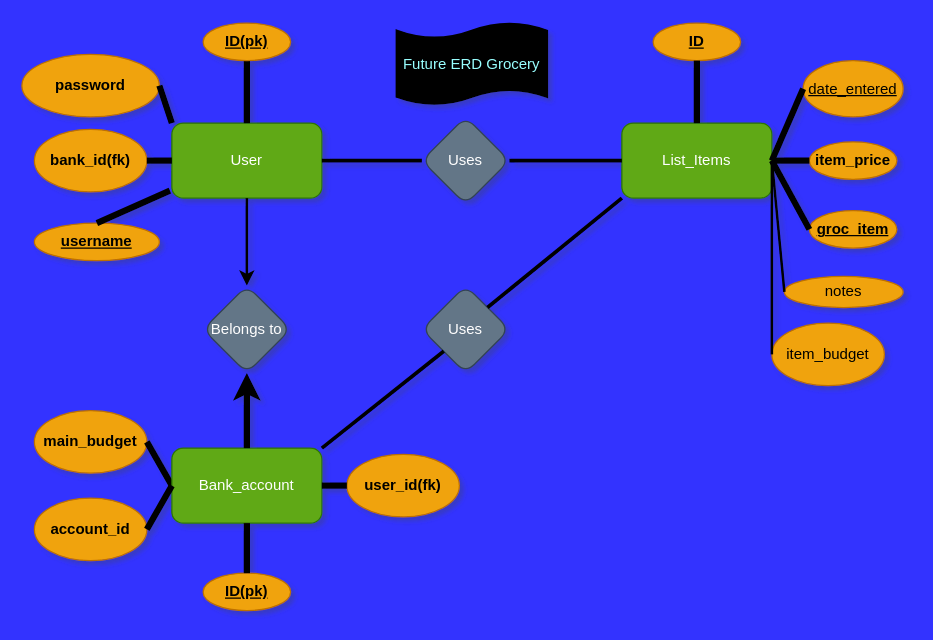
This is ERD/grocery.drawio from PGA-dev/grocery, a draw.io file, before an edit. Source tidied: cells renumbered, new cells numbered last; positions are measured from the earlier drawing's top-left corner, leaving out a move shared by most shapes. Both pictures are drawn from the tidied source at 125%, with x=0, y=0 at pixel (21, 22).
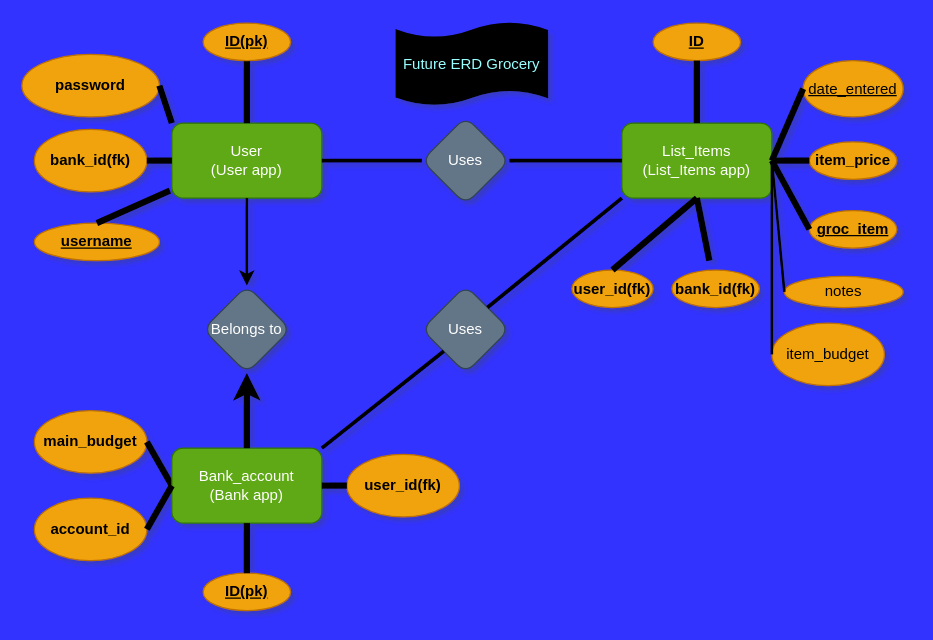
After the change.

The edit, as a diff of the source:
```diff
@@
-    <mxCell id="2" value="List_Items" style="rounded=1;whiteSpace=wrap;html=1;fillColor=#60a917;fontColor=#ffffff;strokeColor=#2D7600;snapToPoint=1;" parent="1" vertex="1">
+    <mxCell id="2" value="List_Items&lt;br&gt;(List_Items app)" style="rounded=1;whiteSpace=wrap;html=1;fillColor=#60a917;fontColor=#ffffff;strokeColor=#2D7600;snapToPoint=1;" parent="1" vertex="1">
       <mxGeometry x="480" y="80" width="120" height="60" as="geometry" />
     </mxCell>
-    <mxCell id="3" value="User" style="rounded=1;whiteSpace=wrap;html=1;fillColor=#60a917;fontColor=#ffffff;strokeColor=#2D7600;" parent="1" vertex="1">
+    <mxCell id="3" value="User&lt;br&gt;(User app)" style="rounded=1;whiteSpace=wrap;html=1;fillColor=#60a917;fontColor=#ffffff;strokeColor=#2D7600;" parent="1" vertex="1">
       <mxGeometry x="120" y="80" width="120" height="60" as="geometry" />
     </mxCell>
@@
-    <mxCell id="27" value="Bank_account" style="rounded=1;whiteSpace=wrap;html=1;fillColor=#60a917;fontColor=#ffffff;strokeColor=#2D7600;" parent="1" vertex="1">
+    <mxCell id="27" value="Bank_account&lt;br&gt;(Bank app)" style="rounded=1;whiteSpace=wrap;html=1;fillColor=#60a917;fontColor=#ffffff;strokeColor=#2D7600;" parent="1" vertex="1">
       <mxGeometry x="120" y="340" width="120" height="60" as="geometry" />
     </mxCell>
@@
+    <mxCell id="43" value="&lt;b&gt;user_id(fk)&lt;/b&gt;" style="ellipse;whiteSpace=wrap;html=1;rounded=1;fillColor=#f0a30a;fontColor=#000000;strokeColor=#BD7000;" parent="1" vertex="1">
+      <mxGeometry x="440" y="197.5" width="65" height="30" as="geometry" />
+    </mxCell>
+    <mxCell id="44" value="&lt;b&gt;bank_id(fk)&lt;/b&gt;" style="ellipse;whiteSpace=wrap;html=1;rounded=1;fillColor=#f0a30a;fontColor=#000000;strokeColor=#BD7000;" parent="1" vertex="1">
+      <mxGeometry x="520" y="197.5" width="70" height="30" as="geometry" />
+    </mxCell>
+    <mxCell id="45" style="endArrow=none;html=1;rounded=1;strokeWidth=5;exitX=0.5;exitY=1;exitDx=0;exitDy=0;entryX=0.5;entryY=0;entryDx=0;entryDy=0;" parent="1" edge="1" source="2" target="43">
+      <mxGeometry relative="1" as="geometry" />
+    </mxCell>
+    <mxCell id="46" style="endArrow=none;html=1;rounded=1;strokeWidth=5;entryX=0.5;entryY=1;entryDx=0;entryDy=0;" parent="1" edge="1" target="2">
+      <mxGeometry relative="1" as="geometry">
+        <mxPoint x="550" y="190" as="sourcePoint" />
+      </mxGeometry>
+    </mxCell>
```
